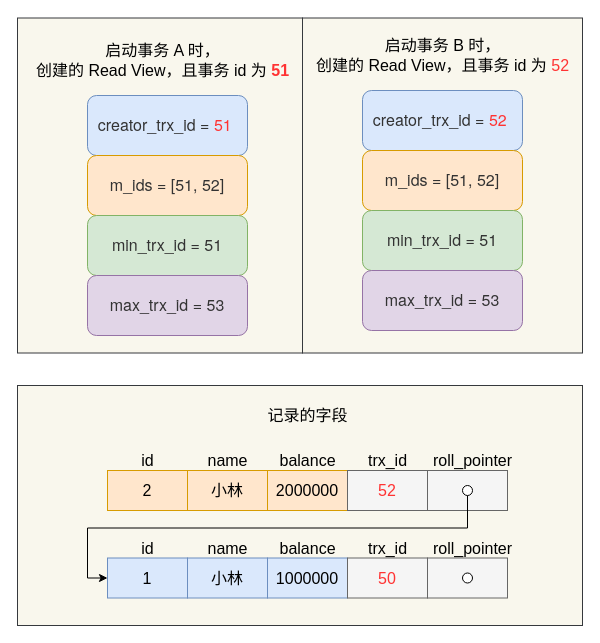
The draw.io diagram mysql/事务隔离/事务ab的视图2.drawio in xiaolincoder/ImageHost4, before the edit. Source tidied: cells renumbered, new cells numbered last; positions are measured from the earlier drawing's top-left corner, leaving out a move shared by most shapes. Both pictures are drawn from the tidied source at 100%, with x=0, y=0 at pixel (17, 17).
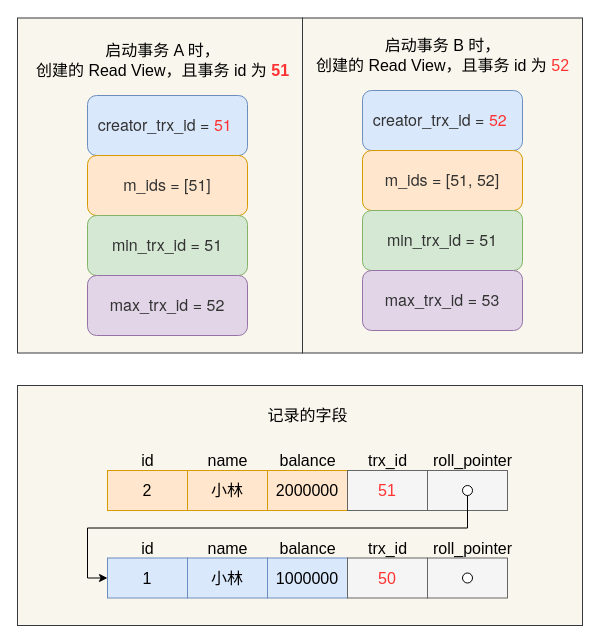
After the change.

Commit message:
Update 事务ab的视图2.drawio

The edit, as a diff of the source:
```diff
@@
-    <mxCell id="6" value="&lt;span style=&quot;color: rgb(51 , 51 , 51) ; font-family: &amp;quot;helvetica neue&amp;quot; , &amp;quot;helvetica&amp;quot; , &amp;quot;arial&amp;quot; , sans-serif ; font-size: 16px ; text-align: left&quot;&gt;m_&lt;/span&gt;&lt;span style=&quot;color: rgb(51 , 51 , 51) ; font-family: &amp;quot;helvetica neue&amp;quot; , &amp;quot;helvetica&amp;quot; , &amp;quot;arial&amp;quot; , sans-serif ; font-size: 16px ; text-align: left&quot;&gt;id&lt;/span&gt;&lt;span style=&quot;color: rgb(51 , 51 , 51) ; font-family: &amp;quot;helvetica neue&amp;quot; , &amp;quot;helvetica&amp;quot; , &amp;quot;arial&amp;quot; , sans-serif ; font-size: 16px ; text-align: left&quot;&gt;s = [51, 52]&lt;br style=&quot;font-size: 16px;&quot;&gt;&lt;/span&gt;" style="rounded=1;whiteSpace=wrap;html=1;fontSize=16;fillColor=#ffe6cc;strokeColor=#d79b00;labelBackgroundColor=none;" parent="1" vertex="1">
+    <mxCell id="6" value="&lt;span style=&quot;color: rgb(51 , 51 , 51) ; font-family: &amp;#34;helvetica neue&amp;#34; , &amp;#34;helvetica&amp;#34; , &amp;#34;arial&amp;#34; , sans-serif ; font-size: 16px ; text-align: left&quot;&gt;m_&lt;/span&gt;&lt;span style=&quot;color: rgb(51 , 51 , 51) ; font-family: &amp;#34;helvetica neue&amp;#34; , &amp;#34;helvetica&amp;#34; , &amp;#34;arial&amp;#34; , sans-serif ; font-size: 16px ; text-align: left&quot;&gt;id&lt;/span&gt;&lt;span style=&quot;color: rgb(51 , 51 , 51) ; font-family: &amp;#34;helvetica neue&amp;#34; , &amp;#34;helvetica&amp;#34; , &amp;#34;arial&amp;#34; , sans-serif ; font-size: 16px ; text-align: left&quot;&gt;s = [51]&lt;br style=&quot;font-size: 16px&quot;&gt;&lt;/span&gt;" style="rounded=1;whiteSpace=wrap;html=1;fontSize=16;fillColor=#ffe6cc;strokeColor=#d79b00;labelBackgroundColor=none;" parent="1" vertex="1">
       <mxGeometry x="70" y="138" width="160" height="60" as="geometry" />
     </mxCell>
@@
-    <mxCell id="8" value="&lt;span style=&quot;color: rgb(51 , 51 , 51) ; font-family: &amp;quot;helvetica neue&amp;quot; , &amp;quot;helvetica&amp;quot; , &amp;quot;arial&amp;quot; , sans-serif ; font-size: 16px ; text-align: left&quot;&gt;max_trx_&lt;/span&gt;&lt;span style=&quot;color: rgb(51 , 51 , 51) ; font-family: &amp;quot;helvetica neue&amp;quot; , &amp;quot;helvetica&amp;quot; , &amp;quot;arial&amp;quot; , sans-serif ; font-size: 16px ; text-align: left&quot;&gt;id = 53&lt;/span&gt;" style="rounded=1;whiteSpace=wrap;html=1;fontSize=16;fillColor=#e1d5e7;strokeColor=#9673a6;labelBackgroundColor=none;" parent="1" vertex="1">
+    <mxCell id="8" value="&lt;span style=&quot;color: rgb(51 , 51 , 51) ; font-family: &amp;#34;helvetica neue&amp;#34; , &amp;#34;helvetica&amp;#34; , &amp;#34;arial&amp;#34; , sans-serif ; font-size: 16px ; text-align: left&quot;&gt;max_trx_&lt;/span&gt;&lt;span style=&quot;color: rgb(51 , 51 , 51) ; font-family: &amp;#34;helvetica neue&amp;#34; , &amp;#34;helvetica&amp;#34; , &amp;#34;arial&amp;#34; , sans-serif ; font-size: 16px ; text-align: left&quot;&gt;id = 52&lt;/span&gt;" style="rounded=1;whiteSpace=wrap;html=1;fontSize=16;fillColor=#e1d5e7;strokeColor=#9673a6;labelBackgroundColor=none;" parent="1" vertex="1">
       <mxGeometry x="70" y="258" width="160" height="60" as="geometry" />
     </mxCell>
@@
-    <mxCell id="18" value="&lt;font color=&quot;#ff3333&quot;&gt;52&lt;/font&gt;" style="rounded=0;whiteSpace=wrap;html=1;fontSize=16;fillColor=#f5f5f5;strokeColor=#666666;fontColor=#333333;" parent="1" vertex="1">
+    <mxCell id="18" value="&lt;font color=&quot;#ff3333&quot;&gt;51&lt;/font&gt;" style="rounded=0;whiteSpace=wrap;html=1;fontSize=16;fillColor=#f5f5f5;strokeColor=#666666;fontColor=#333333;" parent="1" vertex="1">
       <mxGeometry x="330" y="453" width="80" height="40" as="geometry" />
     </mxCell>
```
